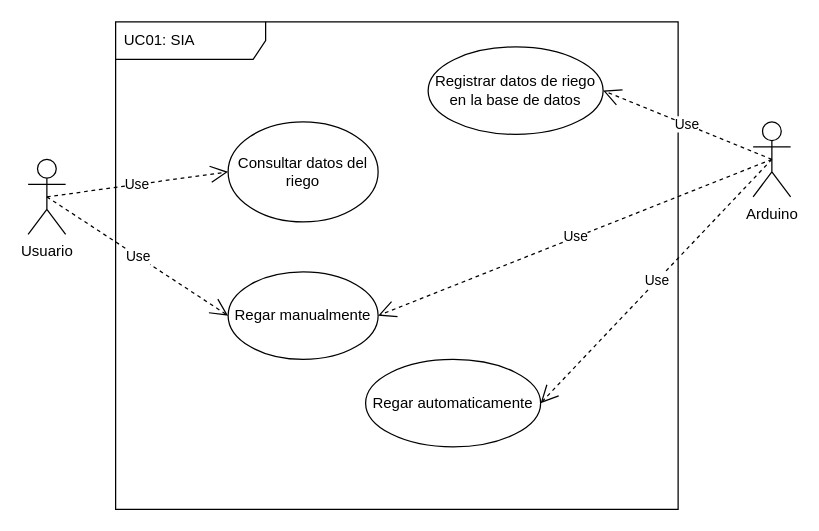
Earlier version of the draw.io diagram Utilities/UseCaseSIA.drawio (Vladimirjon/SIA). Source tidied: cells renumbered, new cells numbered last; positions are measured from the earlier drawing's top-left corner, leaving out a move shared by most shapes. Both pictures are drawn from the tidied source at 125%, with x=0, y=0 at pixel (28, 21).
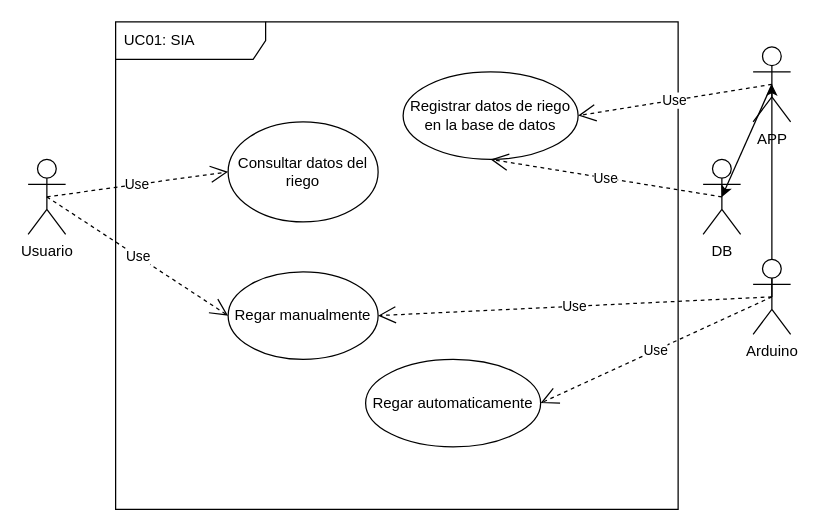
Above is the later version.

The edit, as a diff of the source:
```diff
@@
 <mxGraphModel>
   <root>
     <mxCell id="0" />
     <mxCell id="1" parent="0" />
     <mxCell id="2" value="UC01: SIA" style="shape=umlFrame;whiteSpace=wrap;html=1;width=120;height=30;boundedLbl=1;verticalAlign=middle;align=left;spacingLeft=5;" parent="1" vertex="1">
       <mxGeometry x="70" width="450" height="390" as="geometry" />
     </mxCell>
     <mxCell id="3" value="Registrar datos de riego en la base de datos" style="ellipse;whiteSpace=wrap;html=1;" parent="1" vertex="1">
-      <mxGeometry x="320" y="20" width="140" height="70" as="geometry" />
+      <mxGeometry x="300" y="40" width="140" height="70" as="geometry" />
     </mxCell>
     <mxCell id="4" value="Usuario" style="shape=umlActor;verticalLabelPosition=bottom;verticalAlign=top;html=1;" parent="1" vertex="1">
       <mxGeometry y="110" width="30" height="60" as="geometry" />
     </mxCell>
+    <mxCell id="14" style="edgeStyle=none;html=1;exitX=0.5;exitY=0.5;exitDx=0;exitDy=0;exitPerimeter=0;entryX=0.5;entryY=0.5;entryDx=0;entryDy=0;entryPerimeter=0;" parent="1" edge="1" source="5" target="16">
+      <mxGeometry relative="1" as="geometry" />
+    </mxCell>
     <mxCell id="5" value="Arduino" style="shape=umlActor;verticalLabelPosition=bottom;verticalAlign=top;html=1;" parent="1" vertex="1">
-      <mxGeometry x="580" y="80" width="30" height="60" as="geometry" />
+      <mxGeometry x="580" y="190" width="30" height="60" as="geometry" />
     </mxCell>
     <mxCell id="6" value="Consultar datos del riego" style="ellipse;whiteSpace=wrap;html=1;" parent="1" vertex="1">
       <mxGeometry x="160" y="80" width="120" height="80" as="geometry" />
     </mxCell>
     <mxCell id="7" value="Regar manualmente" style="ellipse;whiteSpace=wrap;html=1;" parent="1" vertex="1">
       <mxGeometry x="160" y="200" width="120" height="70" as="geometry" />
     </mxCell>
     <mxCell id="8" value="Regar automaticamente" style="ellipse;whiteSpace=wrap;html=1;" parent="1" vertex="1">
       <mxGeometry x="270" y="270" width="140" height="70" as="geometry" />
     </mxCell>
     <mxCell id="9" value="Use" style="endArrow=open;endSize=12;dashed=1;html=1;exitX=0.5;exitY=0.5;exitDx=0;exitDy=0;exitPerimeter=0;entryX=0;entryY=0.5;entryDx=0;entryDy=0;" parent="1" edge="1" source="4" target="6">
       <mxGeometry relative="1" as="geometry" />
     </mxCell>
     <mxCell id="10" value="Use" style="endArrow=open;endSize=12;dashed=1;html=1;exitX=0.5;exitY=0.5;exitDx=0;exitDy=0;exitPerimeter=0;entryX=0;entryY=0.5;entryDx=0;entryDy=0;" parent="1" edge="1" source="4" target="7">
       <mxGeometry relative="1" as="geometry" />
     </mxCell>
-    <mxCell id="11" value="Use" style="endArrow=open;endSize=12;dashed=1;html=1;entryX=1;entryY=0.5;entryDx=0;entryDy=0;exitX=0.5;exitY=0.5;exitDx=0;exitDy=0;exitPerimeter=0;" parent="1" edge="1" source="5" target="3">
-      <mxGeometry relative="1" as="geometry" />
-    </mxCell>
     <mxCell id="12" value="Use" style="endArrow=open;endSize=12;dashed=1;html=1;exitX=0.5;exitY=0.5;exitDx=0;exitDy=0;exitPerimeter=0;entryX=1;entryY=0.5;entryDx=0;entryDy=0;" parent="1" edge="1" source="5" target="8">
       <mxGeometry relative="1" as="geometry" />
     </mxCell>
     <mxCell id="13" value="Use" style="endArrow=open;endSize=12;dashed=1;html=1;exitX=0.5;exitY=0.5;exitDx=0;exitDy=0;exitPerimeter=0;entryX=1;entryY=0.5;entryDx=0;entryDy=0;" parent="1" edge="1" source="5" target="7">
       <mxGeometry relative="1" as="geometry" />
     </mxCell>
+    <mxCell id="15" style="edgeStyle=none;html=1;exitX=0.5;exitY=0.5;exitDx=0;exitDy=0;exitPerimeter=0;entryX=0.5;entryY=0.5;entryDx=0;entryDy=0;entryPerimeter=0;" parent="1" edge="1" source="16" target="18">
+      <mxGeometry relative="1" as="geometry" />
+    </mxCell>
+    <mxCell id="16" value="APP" style="shape=umlActor;verticalLabelPosition=bottom;verticalAlign=top;html=1;" parent="1" vertex="1">
+      <mxGeometry x="580" y="20" width="30" height="60" as="geometry" />
+    </mxCell>
+    <mxCell id="17" value="Use" style="endArrow=open;endSize=12;dashed=1;html=1;exitX=0.5;exitY=0.5;exitDx=0;exitDy=0;exitPerimeter=0;entryX=1;entryY=0.5;entryDx=0;entryDy=0;" parent="1" edge="1" source="16" target="3">
+      <mxGeometry relative="1" as="geometry" />
+    </mxCell>
+    <mxCell id="18" value="DB" style="shape=umlActor;verticalLabelPosition=bottom;verticalAlign=top;html=1;" parent="1" vertex="1">
+      <mxGeometry x="540" y="110" width="30" height="60" as="geometry" />
+    </mxCell>
+    <mxCell id="19" value="Use" style="endArrow=open;endSize=12;dashed=1;html=1;exitX=0.5;exitY=0.5;exitDx=0;exitDy=0;exitPerimeter=0;entryX=0.5;entryY=1;entryDx=0;entryDy=0;" parent="1" edge="1" source="18" target="3">
+      <mxGeometry relative="1" as="geometry" />
+    </mxCell>
   </root>
 </mxGraphModel>
```
